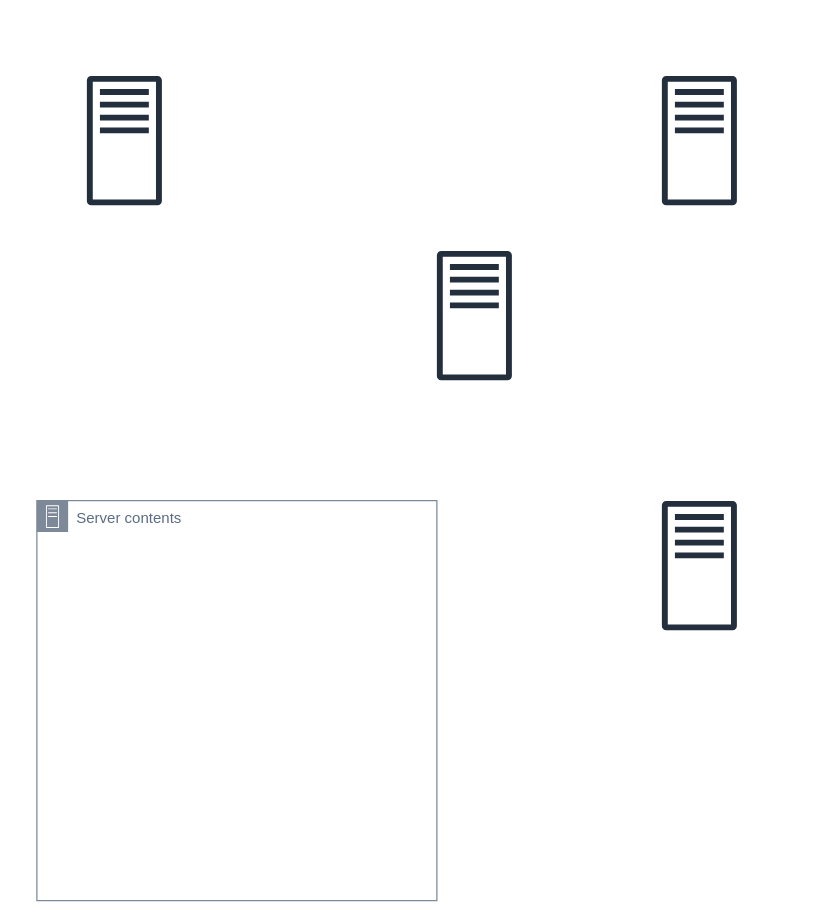
Earlier version of the draw.io diagram iCollect-UAT.drawio (TranHoang1/TipsOfSpringFramework). Source tidied: cells renumbered, new cells numbered last; positions are measured from the earlier drawing's top-left corner, leaving out a move shared by most shapes. Both pictures are drawn from the tidied source at 125%, with x=0, y=0 at pixel (36, 75).
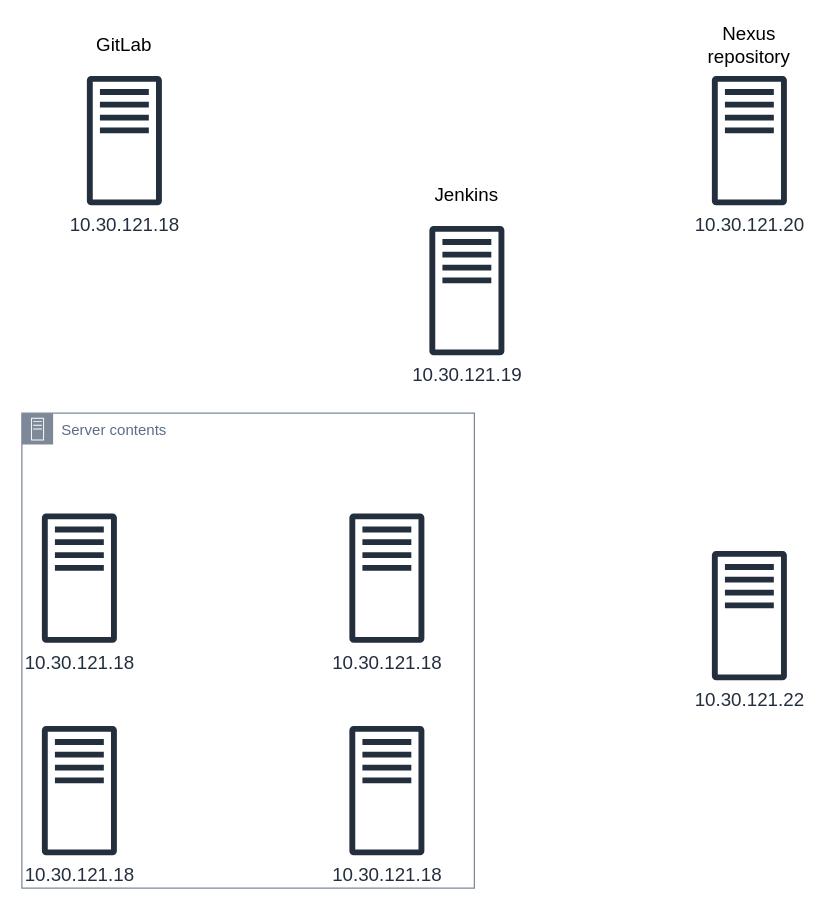
The same page after the edit.

Commit message (it also covers changes not shown here):
Cập nhật iCollect-UAT.drawio

What changed in the source:
```diff
@@
 <mxGraphModel>
   <root>
     <mxCell id="0" />
     <mxCell id="1" parent="0" />
-    <mxCell id="2" style="sketch=0;fontColor=#232F3E;gradientColor=none;fillColor=#232F3D;strokeColor=none;dashed=0;verticalLabelPosition=bottom;verticalAlign=top;align=center;html=1;fontSize=12;fontStyle=0;shape=mxgraph.aws4.traditional_server;" parent="1" vertex="1">
-      <mxGeometry x="500" width="60" height="104" as="geometry" />
+    <mxCell id="2" value="10.30.121.20" style="sketch=0;fontColor=#232F3E;gradientColor=none;fillColor=#232F3D;strokeColor=none;dashed=0;verticalLabelPosition=bottom;verticalAlign=top;align=center;html=1;fontSize=15;fontStyle=0;shape=mxgraph.aws4.traditional_server;" parent="1" vertex="1">
+      <mxGeometry x="540" width="60" height="104" as="geometry" />
     </mxCell>
     <mxCell id="3" value="Server contents" style="gradientColor=none;html=1;whiteSpace=wrap;fontSize=12;fontStyle=0;shape=mxgraph.aws4.group;grIcon=mxgraph.aws4.group_on_premise;strokeColor=#7D8998;fillColor=none;verticalAlign=top;align=left;spacingLeft=30;fontColor=#5A6C86;dashed=0;" parent="1" vertex="1">
-      <mxGeometry y="340" width="320" height="320" as="geometry" />
+      <mxGeometry x="-12" y="270" width="362" height="380" as="geometry" />
     </mxCell>
+    <mxCell id="7" value="10.30.121.18" style="sketch=0;fontColor=#232F3E;gradientColor=none;fillColor=#232F3D;strokeColor=none;dashed=0;verticalLabelPosition=bottom;verticalAlign=top;align=center;html=1;fontSize=15;fontStyle=0;shape=mxgraph.aws4.traditional_server;" parent="3" vertex="1">
+      <mxGeometry x="16" y="250" width="60" height="104" as="geometry" />
+    </mxCell>
+    <mxCell id="8" value="10.30.121.18" style="sketch=0;fontColor=#232F3E;gradientColor=none;fillColor=#232F3D;strokeColor=none;dashed=0;verticalLabelPosition=bottom;verticalAlign=top;align=center;html=1;fontSize=15;fontStyle=0;shape=mxgraph.aws4.traditional_server;" parent="3" vertex="1">
+      <mxGeometry x="16" y="80" width="60" height="104" as="geometry" />
+    </mxCell>
+    <mxCell id="9" value="10.30.121.18" style="sketch=0;fontColor=#232F3E;gradientColor=none;fillColor=#232F3D;strokeColor=none;dashed=0;verticalLabelPosition=bottom;verticalAlign=top;align=center;html=1;fontSize=15;fontStyle=0;shape=mxgraph.aws4.traditional_server;" parent="3" vertex="1">
+      <mxGeometry x="262" y="250" width="60" height="104" as="geometry" />
+    </mxCell>
+    <mxCell id="10" value="10.30.121.18" style="sketch=0;fontColor=#232F3E;gradientColor=none;fillColor=#232F3D;strokeColor=none;dashed=0;verticalLabelPosition=bottom;verticalAlign=top;align=center;html=1;fontSize=15;fontStyle=0;shape=mxgraph.aws4.traditional_server;" parent="3" vertex="1">
+      <mxGeometry x="262" y="80" width="60" height="104" as="geometry" />
+    </mxCell>
-    <mxCell id="4" style="sketch=0;fontColor=#232F3E;gradientColor=none;fillColor=#232F3D;strokeColor=none;dashed=0;verticalLabelPosition=bottom;verticalAlign=top;align=center;html=1;fontSize=12;fontStyle=0;shape=mxgraph.aws4.traditional_server;" parent="1" vertex="1">
+    <mxCell id="4" value="10.30.121.18" style="sketch=0;fontColor=#232F3E;gradientColor=none;fillColor=#232F3D;strokeColor=none;dashed=0;verticalLabelPosition=bottom;verticalAlign=top;align=center;html=1;fontSize=15;fontStyle=0;shape=mxgraph.aws4.traditional_server;" parent="1" vertex="1">
       <mxGeometry x="40" width="60" height="104" as="geometry" />
     </mxCell>
-    <mxCell id="5" style="sketch=0;fontColor=#232F3E;gradientColor=none;fillColor=#232F3D;strokeColor=none;dashed=0;verticalLabelPosition=bottom;verticalAlign=top;align=center;html=1;fontSize=12;fontStyle=0;shape=mxgraph.aws4.traditional_server;" parent="1" vertex="1">
-      <mxGeometry x="320" y="140" width="60" height="104" as="geometry" />
+    <mxCell id="5" value="10.30.121.19" style="sketch=0;fontColor=#232F3E;gradientColor=none;fillColor=#232F3D;strokeColor=none;dashed=0;verticalLabelPosition=bottom;verticalAlign=top;align=center;html=1;fontSize=15;fontStyle=0;shape=mxgraph.aws4.traditional_server;" parent="1" vertex="1">
+      <mxGeometry x="314" y="120" width="60" height="104" as="geometry" />
     </mxCell>
-    <mxCell id="6" style="sketch=0;fontColor=#232F3E;gradientColor=none;fillColor=#232F3D;strokeColor=none;dashed=0;verticalLabelPosition=bottom;verticalAlign=top;align=center;html=1;fontSize=12;fontStyle=0;shape=mxgraph.aws4.traditional_server;" parent="1" vertex="1">
-      <mxGeometry x="500" y="340" width="60" height="104" as="geometry" />
+    <mxCell id="6" value="10.30.121.22" style="sketch=0;fontColor=#232F3E;gradientColor=none;fillColor=#232F3D;strokeColor=none;dashed=0;verticalLabelPosition=bottom;verticalAlign=top;align=center;html=1;fontSize=15;fontStyle=0;shape=mxgraph.aws4.traditional_server;" parent="1" vertex="1">
+      <mxGeometry x="540" y="380" width="60" height="104" as="geometry" />
     </mxCell>
+    <mxCell id="11" value="GitLab" style="text;html=1;align=center;verticalAlign=middle;whiteSpace=wrap;rounded=0;fontSize=15;" parent="1" vertex="1">
+      <mxGeometry x="40" y="-40" width="60" height="30" as="geometry" />
+    </mxCell>
+    <mxCell id="12" value="Jenkins" style="text;html=1;align=center;verticalAlign=middle;whiteSpace=wrap;rounded=0;fontSize=15;" parent="1" vertex="1">
+      <mxGeometry x="314" y="80" width="60" height="30" as="geometry" />
+    </mxCell>
+    <mxCell id="13" value="Nexus repository" style="text;html=1;align=center;verticalAlign=middle;whiteSpace=wrap;rounded=0;fontSize=15;" parent="1" vertex="1">
+      <mxGeometry x="540" y="-40" width="60" height="30" as="geometry" />
+    </mxCell>
   </root>
 </mxGraphModel>
```
